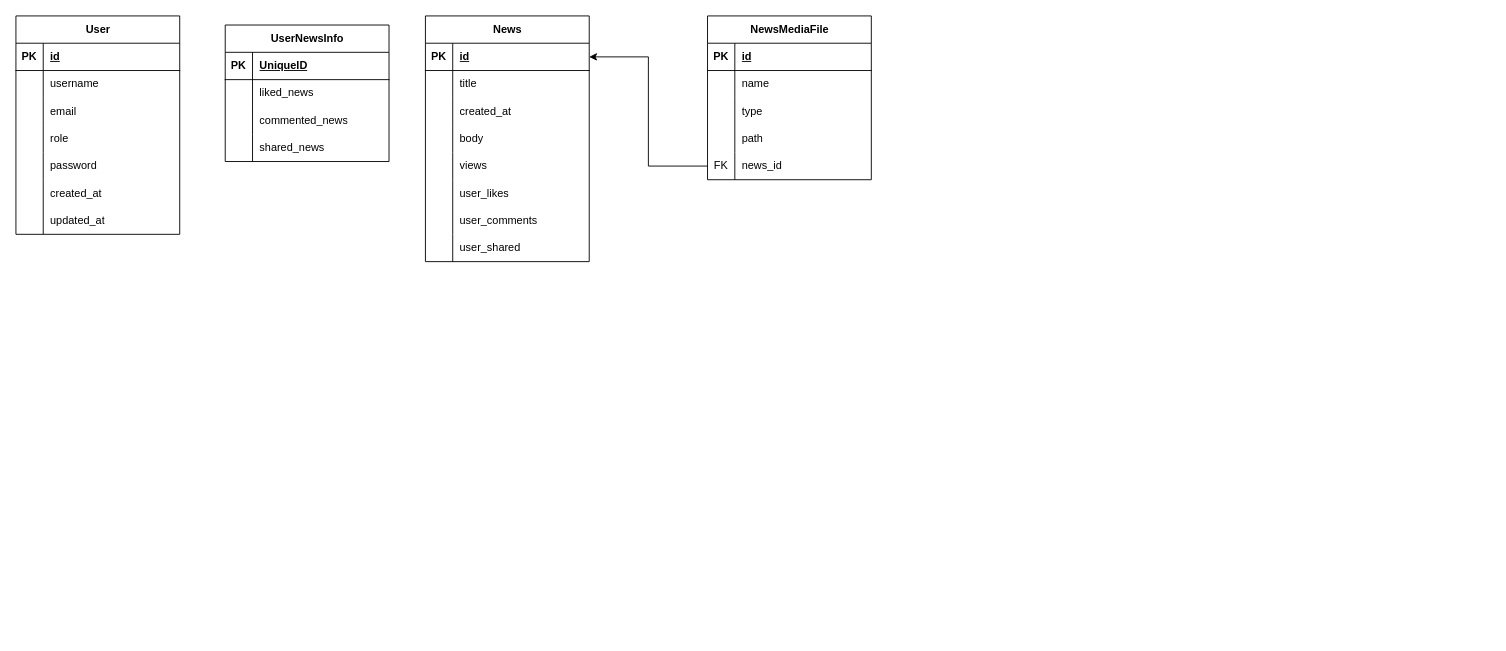
Before: backend/blockix-db.drawio in Tamirlan7/blockix-minecraft, a draw.io diagram. Source tidied: cells renumbered, new cells numbered last; positions are measured from the earlier drawing's top-left corner, leaving out a move shared by most shapes. Both pictures are drawn from the tidied source at 91%, with x=0, y=0 at pixel (15, 15).
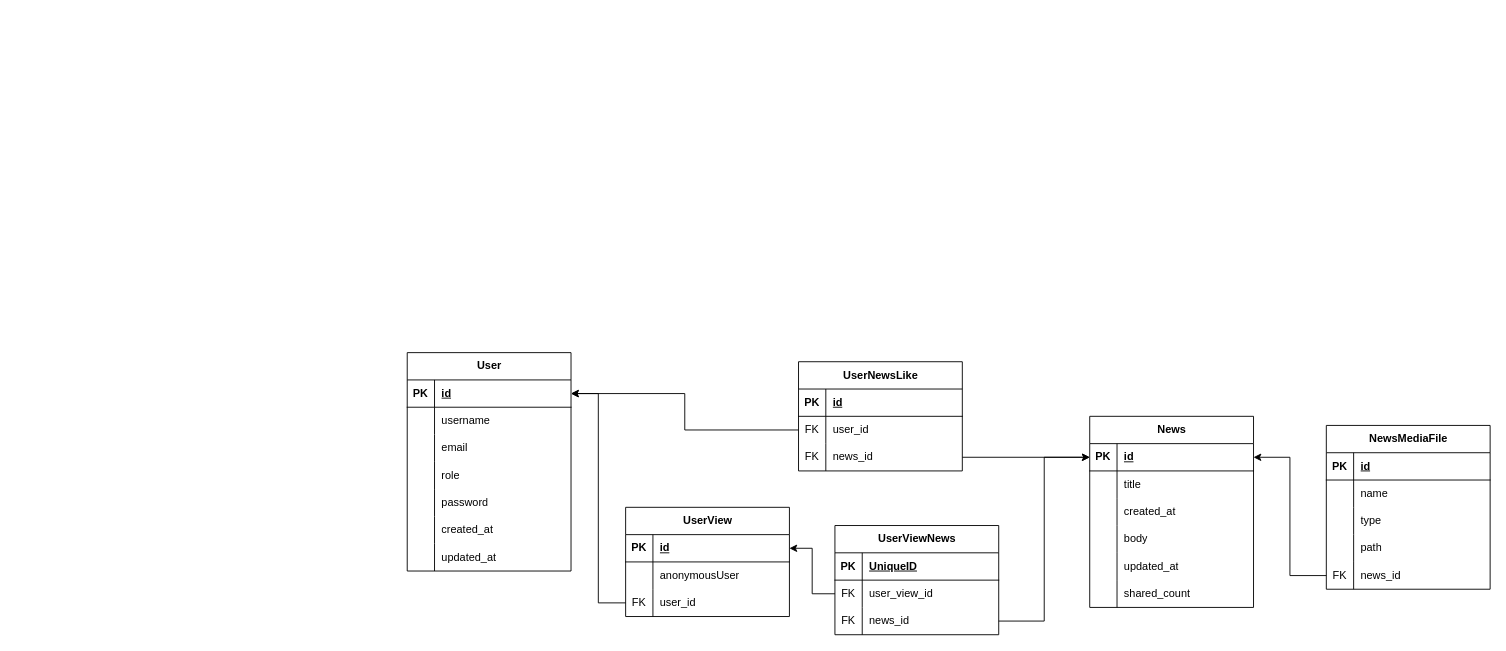
After the change.

Commit message (it also covers changes not shown here):
news service developing #3

The change refers to these unchanged cells:
```xml
<mxCell id="3" style="shape=tableRow;horizontal=0;startSize=0;swimlaneHead=0;swimlaneBody=0;fillColor=none;points=[[0,0.5],[1,0.5]];portConstraint=eastwest;top=0;left=0;right=0;bottom=1;" parent="2" vertex="1">
  <mxGeometry y="30" width="180" height="30" as="geometry" />
</mxCell>
<mxCell id="25" style="shape=tableRow;horizontal=0;startSize=0;swimlaneHead=0;swimlaneBody=0;fillColor=none;points=[[0,0.5],[1,0.5]];portConstraint=eastwest;top=0;left=0;right=0;bottom=1;" parent="24" vertex="1">
  <mxGeometry y="30" width="180" height="30" as="geometry" />
</mxCell>
<mxCell id="37" style="shape=tableRow;horizontal=0;startSize=0;swimlaneHead=0;swimlaneBody=0;fillColor=none;top=0;left=0;right=0;bottom=0;" parent="24" vertex="1">
  <mxGeometry y="150" width="180" height="30" as="geometry" />
</mxCell>
<mxCell id="40" style="shape=tableRow;horizontal=0;startSize=0;swimlaneHead=0;swimlaneBody=0;fillColor=none;top=0;left=0;right=0;bottom=0;" parent="24" vertex="1">
  <mxGeometry y="180" width="180" height="30" as="geometry" />
</mxCell>
```

Diff of the diagram source:
```diff
@@
     <mxCell id="2" value="User" style="shape=table;startSize=30;childLayout=tableLayout;rowLines=0;fontStyle=1;align=center;html=1;" parent="1" vertex="1">
-      <mxGeometry width="180" height="240" as="geometry" />
+      <mxGeometry x="430" y="370" width="180" height="240" as="geometry" />
     </mxCell>
@@
     <mxCell id="24" value="News" style="shape=table;startSize=30;childLayout=tableLayout;rowLines=0;fontStyle=1;align=center;html=1;" parent="1" vertex="1">
-      <mxGeometry x="450" width="180" height="270" as="geometry" />
+      <mxGeometry x="1180" y="440" width="180" height="210" as="geometry" />
     </mxCell>
@@
-    <mxCell id="39" value="views" style="shape=partialRectangle;fillColor=none;top=0;left=0;bottom=0;right=0;align=left;spacingLeft=6;overflow=hidden;whiteSpace=wrap;html=1;" parent="37" vertex="1">
+    <mxCell id="39" value="updated_at" style="shape=partialRectangle;fillColor=none;top=0;left=0;bottom=0;right=0;align=left;spacingLeft=6;overflow=hidden;whiteSpace=wrap;html=1;" parent="37" vertex="1">
       <mxGeometry x="30" width="150" height="30" as="geometry" />
     </mxCell>
@@
-    <mxCell id="41" style="shape=partialRectangle;fillColor=none;top=0;left=0;bottom=0;right=0;overflow=hidden;whiteSpace=wrap;html=1;" parent="40" vertex="1">
-      <mxGeometry width="30" height="30" as="geometry" />
-    </mxCell>
-    <mxCell id="42" value="user_likes" style="shape=partialRectangle;fillColor=none;top=0;left=0;bottom=0;right=0;align=left;spacingLeft=6;overflow=hidden;whiteSpace=wrap;html=1;" parent="40" vertex="1">
-      <mxGeometry x="30" width="150" height="30" as="geometry" />
-    </mxCell>
-    <mxCell id="43" style="shape=tableRow;horizontal=0;startSize=0;swimlaneHead=0;swimlaneBody=0;fillColor=none;top=0;left=0;right=0;bottom=0;" parent="24" vertex="1">
-      <mxGeometry y="210" width="180" height="30" as="geometry" />
-    </mxCell>
-    <mxCell id="44" style="shape=partialRectangle;fillColor=none;top=0;left=0;bottom=0;right=0;overflow=hidden;whiteSpace=wrap;html=1;" parent="43" vertex="1">
-      <mxGeometry width="30" height="30" as="geometry" />
-    </mxCell>
-    <mxCell id="45" value="user_comments" style="shape=partialRectangle;fillColor=none;top=0;left=0;bottom=0;right=0;align=left;spacingLeft=6;overflow=hidden;whiteSpace=wrap;html=1;" parent="43" vertex="1">
-      <mxGeometry x="30" width="150" height="30" as="geometry" />
-    </mxCell>
-    <mxCell id="46" style="shape=tableRow;horizontal=0;startSize=0;swimlaneHead=0;swimlaneBody=0;fillColor=none;top=0;left=0;right=0;bottom=0;" parent="24" vertex="1">
-      <mxGeometry y="240" width="180" height="30" as="geometry" />
-    </mxCell>
-    <mxCell id="47" style="shape=partialRectangle;fillColor=none;top=0;left=0;bottom=0;right=0;overflow=hidden;whiteSpace=wrap;html=1;" parent="46" vertex="1">
-      <mxGeometry width="30" height="30" as="geometry" />
-    </mxCell>
-    <mxCell id="48" value="user_shared" style="shape=partialRectangle;fillColor=none;top=0;left=0;bottom=0;right=0;align=left;spacingLeft=6;overflow=hidden;whiteSpace=wrap;html=1;" parent="46" vertex="1">
-      <mxGeometry x="30" width="150" height="30" as="geometry" />
-    </mxCell>
+    <mxCell id="79" style="shape=partialRectangle;fillColor=none;top=0;left=0;bottom=0;right=0;overflow=hidden;whiteSpace=wrap;html=1;" parent="40" vertex="1">
+      <mxGeometry width="30" height="30" as="geometry" />
+    </mxCell>
+    <mxCell id="80" value="shared_count" style="shape=partialRectangle;fillColor=none;top=0;left=0;bottom=0;right=0;align=left;spacingLeft=6;overflow=hidden;whiteSpace=wrap;html=1;" parent="40" vertex="1">
+      <mxGeometry x="30" width="150" height="30" as="geometry" />
+    </mxCell>
     <mxCell id="49" value="NewsMediaFile" style="shape=table;startSize=30;childLayout=tableLayout;rowLines=0;fontStyle=1;align=center;html=1;" parent="1" vertex="1">
-      <mxGeometry x="760" width="180" height="180" as="geometry" />
+      <mxGeometry x="1440" y="450" width="180" height="180" as="geometry" />
     </mxCell>
@@
-    <mxCell id="66" value="UserNewsInfo" style="shape=table;startSize=30;childLayout=tableLayout;rowLines=0;fontStyle=1;align=center;html=1;" parent="1" vertex="1">
-      <mxGeometry x="230" y="10" width="180" height="150" as="geometry" />
-    </mxCell>
-    <mxCell id="67" style="shape=tableRow;horizontal=0;startSize=0;swimlaneHead=0;swimlaneBody=0;fillColor=none;top=0;left=0;right=0;bottom=1;" parent="66" vertex="1">
-      <mxGeometry y="30" width="180" height="30" as="geometry" />
-    </mxCell>
-    <mxCell id="68" value="PK" style="shape=partialRectangle;fillColor=none;top=0;left=0;bottom=0;right=0;fontStyle=1;overflow=hidden;whiteSpace=wrap;html=1;" parent="67" vertex="1">
-      <mxGeometry width="30" height="30" as="geometry" />
-    </mxCell>
+    <mxCell id="81" value="UserNewsLike" style="shape=table;startSize=30;childLayout=tableLayout;rowLines=0;fontStyle=1;align=center;html=1;" parent="1" vertex="1">
+      <mxGeometry x="860" y="380" width="180" height="120" as="geometry" />
+    </mxCell>
+    <mxCell id="82" style="shape=tableRow;horizontal=0;startSize=0;swimlaneHead=0;swimlaneBody=0;fillColor=none;top=0;left=0;right=0;bottom=1;" parent="81" vertex="1">
+      <mxGeometry y="30" width="180" height="30" as="geometry" />
+    </mxCell>
+    <mxCell id="83" value="PK" style="shape=partialRectangle;fillColor=none;top=0;left=0;bottom=0;right=0;fontStyle=1;overflow=hidden;whiteSpace=wrap;html=1;" parent="82" vertex="1">
+      <mxGeometry width="30" height="30" as="geometry" />
+    </mxCell>
+    <mxCell id="84" value="id" style="shape=partialRectangle;fillColor=none;top=0;left=0;bottom=0;right=0;align=left;spacingLeft=6;fontStyle=5;overflow=hidden;whiteSpace=wrap;html=1;" parent="82" vertex="1">
+      <mxGeometry x="30" width="150" height="30" as="geometry" />
+    </mxCell>
+    <mxCell id="85" style="shape=tableRow;horizontal=0;startSize=0;swimlaneHead=0;swimlaneBody=0;fillColor=none;points=[[0,0.5],[1,0.5]];portConstraint=eastwest;top=0;left=0;right=0;bottom=0;" parent="81" vertex="1">
+      <mxGeometry y="60" width="180" height="30" as="geometry" />
+    </mxCell>
+    <mxCell id="86" value="FK" style="shape=partialRectangle;fillColor=none;top=0;left=0;bottom=0;right=0;overflow=hidden;whiteSpace=wrap;html=1;" parent="85" vertex="1">
+      <mxGeometry width="30" height="30" as="geometry" />
+    </mxCell>
+    <mxCell id="87" value="user_id" style="shape=partialRectangle;fillColor=none;top=0;left=0;bottom=0;right=0;align=left;spacingLeft=6;overflow=hidden;whiteSpace=wrap;html=1;" parent="85" vertex="1">
+      <mxGeometry x="30" width="150" height="30" as="geometry" />
+    </mxCell>
+    <mxCell id="88" style="shape=tableRow;horizontal=0;startSize=0;swimlaneHead=0;swimlaneBody=0;fillColor=none;points=[[0,0.5],[1,0.5]];portConstraint=eastwest;top=0;left=0;right=0;bottom=0;" parent="81" vertex="1">
+      <mxGeometry y="90" width="180" height="30" as="geometry" />
+    </mxCell>
+    <mxCell id="89" value="FK" style="shape=partialRectangle;fillColor=none;top=0;left=0;bottom=0;right=0;overflow=hidden;whiteSpace=wrap;html=1;" parent="88" vertex="1">
+      <mxGeometry width="30" height="30" as="geometry" />
+    </mxCell>
+    <mxCell id="90" value="news_id" style="shape=partialRectangle;fillColor=none;top=0;left=0;bottom=0;right=0;align=left;spacingLeft=6;overflow=hidden;whiteSpace=wrap;html=1;" parent="88" vertex="1">
+      <mxGeometry x="30" width="150" height="30" as="geometry" />
+    </mxCell>
+    <mxCell id="91" style="edgeStyle=orthogonalEdgeStyle;rounded=0;jettySize=auto;html=1;entryX=1;entryY=0.5;entryDx=0;entryDy=0;" parent="1" edge="1" source="85" target="3">
+      <mxGeometry relative="1" as="geometry" />
+    </mxCell>
+    <mxCell id="92" style="edgeStyle=orthogonalEdgeStyle;rounded=0;jettySize=auto;html=1;" parent="1" edge="1" source="88" target="25">
+      <mxGeometry relative="1" as="geometry" />
+    </mxCell>
+    <mxCell id="93" value="UserView" style="shape=table;startSize=30;childLayout=tableLayout;rowLines=0;fontStyle=1;align=center;html=1;" parent="1" vertex="1">
+      <mxGeometry x="670" y="540" width="180" height="120" as="geometry" />
+    </mxCell>
+    <mxCell id="94" style="shape=tableRow;horizontal=0;startSize=0;swimlaneHead=0;swimlaneBody=0;fillColor=none;points=[[0,0.5],[1,0.5]];portConstraint=eastwest;top=0;left=0;right=0;bottom=1;" parent="93" vertex="1">
+      <mxGeometry y="30" width="180" height="30" as="geometry" />
+    </mxCell>
+    <mxCell id="95" value="PK" style="shape=partialRectangle;fillColor=none;top=0;left=0;bottom=0;right=0;fontStyle=1;overflow=hidden;whiteSpace=wrap;html=1;" parent="94" vertex="1">
+      <mxGeometry width="30" height="30" as="geometry" />
+    </mxCell>
+    <mxCell id="96" value="id" style="shape=partialRectangle;fillColor=none;top=0;left=0;bottom=0;right=0;align=left;spacingLeft=6;fontStyle=5;overflow=hidden;whiteSpace=wrap;html=1;" parent="94" vertex="1">
+      <mxGeometry x="30" width="150" height="30" as="geometry" />
+    </mxCell>
+    <mxCell id="97" style="shape=tableRow;horizontal=0;startSize=0;swimlaneHead=0;swimlaneBody=0;fillColor=none;top=0;left=0;right=0;bottom=0;" parent="93" vertex="1">
+      <mxGeometry y="60" width="180" height="30" as="geometry" />
+    </mxCell>
+    <mxCell id="98" style="shape=partialRectangle;fillColor=none;top=0;left=0;bottom=0;right=0;overflow=hidden;whiteSpace=wrap;html=1;" parent="97" vertex="1">
+      <mxGeometry width="30" height="30" as="geometry" />
+    </mxCell>
+    <mxCell id="99" value="anonymousUser" style="shape=partialRectangle;fillColor=none;top=0;left=0;bottom=0;right=0;align=left;spacingLeft=6;overflow=hidden;whiteSpace=wrap;html=1;" parent="97" vertex="1">
+      <mxGeometry x="30" width="150" height="30" as="geometry" />
+    </mxCell>
+    <mxCell id="100" style="shape=tableRow;horizontal=0;startSize=0;swimlaneHead=0;swimlaneBody=0;fillColor=none;points=[[0,0.5],[1,0.5]];portConstraint=eastwest;top=0;left=0;right=0;bottom=0;" parent="93" vertex="1">
+      <mxGeometry y="90" width="180" height="30" as="geometry" />
+    </mxCell>
+    <mxCell id="101" value="FK" style="shape=partialRectangle;fillColor=none;top=0;left=0;bottom=0;right=0;overflow=hidden;whiteSpace=wrap;html=1;" parent="100" vertex="1">
+      <mxGeometry width="30" height="30" as="geometry" />
+    </mxCell>
+    <mxCell id="102" value="user_id" style="shape=partialRectangle;fillColor=none;top=0;left=0;bottom=0;right=0;align=left;spacingLeft=6;overflow=hidden;whiteSpace=wrap;html=1;" parent="100" vertex="1">
+      <mxGeometry x="30" width="150" height="30" as="geometry" />
+    </mxCell>
+    <mxCell id="103" value="UserViewNews" style="shape=table;startSize=30;childLayout=tableLayout;rowLines=0;fontStyle=1;align=center;html=1;" parent="1" vertex="1">
+      <mxGeometry x="900" y="560" width="180" height="120" as="geometry" />
+    </mxCell>
+    <mxCell id="104" style="shape=tableRow;horizontal=0;startSize=0;swimlaneHead=0;swimlaneBody=0;fillColor=none;top=0;left=0;right=0;bottom=1;" parent="103" vertex="1">
+      <mxGeometry y="30" width="180" height="30" as="geometry" />
+    </mxCell>
+    <mxCell id="105" value="PK" style="shape=partialRectangle;fillColor=none;top=0;left=0;bottom=0;right=0;fontStyle=1;overflow=hidden;whiteSpace=wrap;html=1;" parent="104" vertex="1">
+      <mxGeometry width="30" height="30" as="geometry" />
+    </mxCell>
-    <mxCell id="69" value="UniqueID" style="shape=partialRectangle;fillColor=none;top=0;left=0;bottom=0;right=0;align=left;spacingLeft=6;fontStyle=5;overflow=hidden;whiteSpace=wrap;html=1;" parent="67" vertex="1">
+    <mxCell id="69" value="UniqueID" style="shape=partialRectangle;fillColor=none;top=0;left=0;bottom=0;right=0;align=left;spacingLeft=6;fontStyle=5;overflow=hidden;whiteSpace=wrap;html=1;" parent="104" vertex="1">
       <mxGeometry x="30" width="150" height="30" as="geometry" />
     </mxCell>
-    <mxCell id="70" style="shape=tableRow;horizontal=0;startSize=0;swimlaneHead=0;swimlaneBody=0;fillColor=none;top=0;left=0;right=0;bottom=0;" parent="66" vertex="1">
-      <mxGeometry y="60" width="180" height="30" as="geometry" />
-    </mxCell>
-    <mxCell id="71" style="shape=partialRectangle;fillColor=none;top=0;left=0;bottom=0;right=0;overflow=hidden;whiteSpace=wrap;html=1;" parent="70" vertex="1">
-      <mxGeometry width="30" height="30" as="geometry" />
-    </mxCell>
-    <mxCell id="72" value="liked_news" style="shape=partialRectangle;fillColor=none;top=0;left=0;bottom=0;right=0;align=left;spacingLeft=6;overflow=hidden;whiteSpace=wrap;html=1;" parent="70" vertex="1">
-      <mxGeometry x="30" width="150" height="30" as="geometry" />
-    </mxCell>
-    <mxCell id="73" style="shape=tableRow;horizontal=0;startSize=0;swimlaneHead=0;swimlaneBody=0;fillColor=none;top=0;left=0;right=0;bottom=0;" parent="66" vertex="1">
-      <mxGeometry y="90" width="180" height="30" as="geometry" />
-    </mxCell>
-    <mxCell id="74" style="shape=partialRectangle;fillColor=none;top=0;left=0;bottom=0;right=0;overflow=hidden;whiteSpace=wrap;html=1;" parent="73" vertex="1">
-      <mxGeometry width="30" height="30" as="geometry" />
-    </mxCell>
-    <mxCell id="75" value="commented_news" style="shape=partialRectangle;fillColor=none;top=0;left=0;bottom=0;right=0;align=left;spacingLeft=6;overflow=hidden;whiteSpace=wrap;html=1;" parent="73" vertex="1">
-      <mxGeometry x="30" width="150" height="30" as="geometry" />
-    </mxCell>
-    <mxCell id="76" style="shape=tableRow;horizontal=0;startSize=0;swimlaneHead=0;swimlaneBody=0;fillColor=none;top=0;left=0;right=0;bottom=0;" parent="66" vertex="1">
-      <mxGeometry y="120" width="180" height="30" as="geometry" />
-    </mxCell>
-    <mxCell id="77" style="shape=partialRectangle;fillColor=none;top=0;left=0;bottom=0;right=0;overflow=hidden;whiteSpace=wrap;html=1;" parent="76" vertex="1">
-      <mxGeometry width="30" height="30" as="geometry" />
-    </mxCell>
-    <mxCell id="78" value="shared_news" style="shape=partialRectangle;fillColor=none;top=0;left=0;bottom=0;right=0;align=left;spacingLeft=6;overflow=hidden;whiteSpace=wrap;html=1;" parent="76" vertex="1">
-      <mxGeometry x="30" width="150" height="30" as="geometry" />
-    </mxCell>
+    <mxCell id="106" style="shape=tableRow;horizontal=0;startSize=0;swimlaneHead=0;swimlaneBody=0;fillColor=none;points=[[0,0.5],[1,0.5]];portConstraint=eastwest;top=0;left=0;right=0;bottom=0;" parent="103" vertex="1">
+      <mxGeometry y="60" width="180" height="30" as="geometry" />
+    </mxCell>
+    <mxCell id="107" value="FK" style="shape=partialRectangle;fillColor=none;top=0;left=0;bottom=0;right=0;overflow=hidden;whiteSpace=wrap;html=1;" parent="106" vertex="1">
+      <mxGeometry width="30" height="30" as="geometry" />
+    </mxCell>
+    <mxCell id="108" value="user_view_id" style="shape=partialRectangle;fillColor=none;top=0;left=0;bottom=0;right=0;align=left;spacingLeft=6;overflow=hidden;whiteSpace=wrap;html=1;" parent="106" vertex="1">
+      <mxGeometry x="30" width="150" height="30" as="geometry" />
+    </mxCell>
+    <mxCell id="109" style="shape=tableRow;horizontal=0;startSize=0;swimlaneHead=0;swimlaneBody=0;fillColor=none;points=[[0,0.5],[1,0.5]];portConstraint=eastwest;top=0;left=0;right=0;bottom=0;" parent="103" vertex="1">
+      <mxGeometry y="90" width="180" height="30" as="geometry" />
+    </mxCell>
+    <mxCell id="110" value="FK" style="shape=partialRectangle;fillColor=none;top=0;left=0;bottom=0;right=0;overflow=hidden;whiteSpace=wrap;html=1;" parent="109" vertex="1">
+      <mxGeometry width="30" height="30" as="geometry" />
+    </mxCell>
+    <mxCell id="111" value="news_id" style="shape=partialRectangle;fillColor=none;top=0;left=0;bottom=0;right=0;align=left;spacingLeft=6;overflow=hidden;whiteSpace=wrap;html=1;" parent="109" vertex="1">
+      <mxGeometry x="30" width="150" height="30" as="geometry" />
+    </mxCell>
+    <mxCell id="112" style="edgeStyle=orthogonalEdgeStyle;rounded=0;jettySize=auto;html=1;" parent="1" edge="1" source="100" target="3">
+      <mxGeometry relative="1" as="geometry" />
+    </mxCell>
+    <mxCell id="113" style="edgeStyle=orthogonalEdgeStyle;rounded=0;jettySize=auto;html=1;entryX=1;entryY=0.5;entryDx=0;entryDy=0;" parent="1" edge="1" source="106" target="94">
+      <mxGeometry relative="1" as="geometry" />
+    </mxCell>
+    <mxCell id="114" style="edgeStyle=orthogonalEdgeStyle;rounded=0;jettySize=auto;html=1;entryX=0;entryY=0.5;entryDx=0;entryDy=0;" parent="1" edge="1" source="109" target="25">
+      <mxGeometry relative="1" as="geometry" />
+    </mxCell>
```
